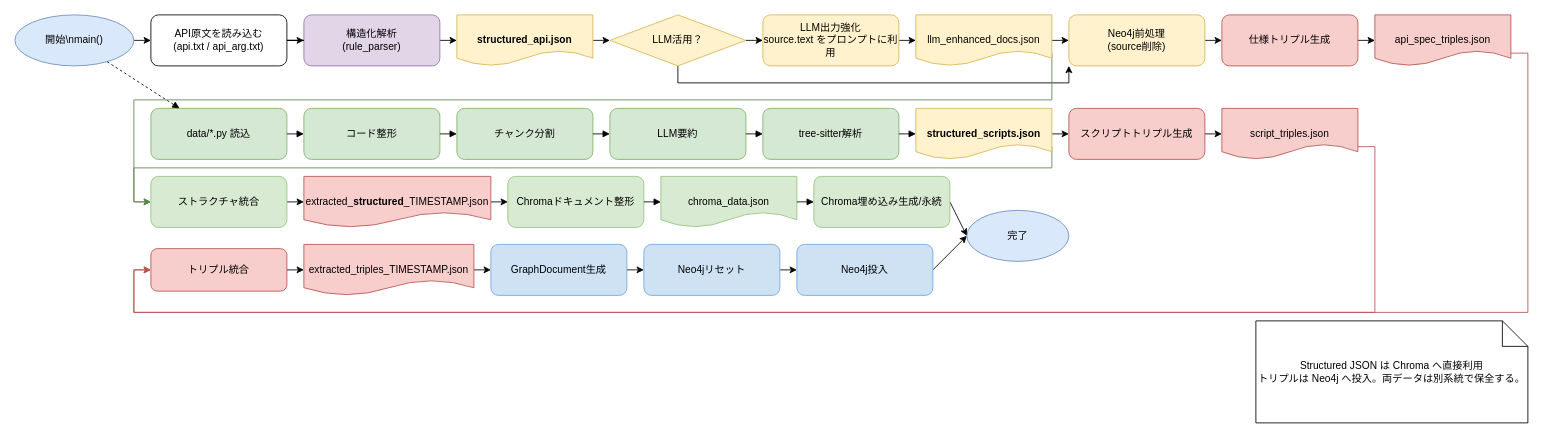
Above: page "ingest0926 改訂ワークフロー" (3 of 3) of doc/ingest0926_workflow.drawio in h035ide/imabari3dcad (draw.io), before the change. Source tidied: cells renumbered, new cells numbered last; positions are measured from the earlier drawing's top-left corner, leaving out a move shared by most shapes. Both pictures are drawn from the tidied source at 85%, with x=0, y=0 at pixel (14, 14).
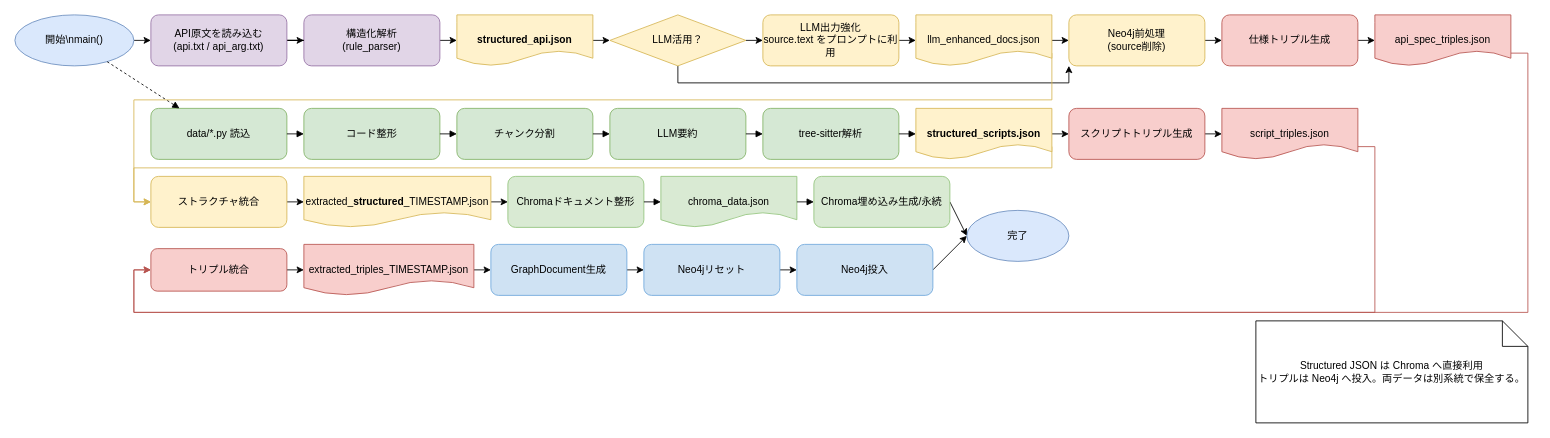
The same diagram, later.

Commit message (it also covers changes not shown here):
API仕様の更新とワークフローの視覚化を改善しました。具体的には、`CreateVariable`メソッドの引数を明示化し、ダイアグラム内のノードやエッジのスタイルを統一しました。これにより、APIの利用がより明確になり、全体のデータ処理フローが理解しやすくなりました。

Unchanged cells that the change refers to:
```xml
<mxCell id="17" value="structured_scripts.json" style="shape=document;whiteSpace=wrap;html=1;fillColor=#fff2cc;strokeColor=#d6b656;fontStyle=1;" parent="1" vertex="1">
  <mxGeometry x="1060" y="110" width="160" height="60" as="geometry" />
</mxCell>
<mxCell id="58" value="llm_enhanced_docs.json" style="shape=document;whiteSpace=wrap;html=1;fillColor=#fff2cc;strokeColor=#d6b656;" parent="1" vertex="1">
  <mxGeometry x="1060" width="160" height="60" as="geometry" />
</mxCell>
```

Change to the diagram source:
```diff
@@
-    <mxCell id="16" style="edgeStyle=orthogonalEdgeStyle;rounded=0;jettySize=auto;html=1;exitX=1;exitY=0.75;exitDx=0;exitDy=0;entryX=0;entryY=0.5;entryDx=0;entryDy=0;strokeColor=#5C834B;" parent="1" edge="1" source="17" target="62">
+    <mxCell id="16" style="edgeStyle=orthogonalEdgeStyle;rounded=0;jettySize=auto;html=1;exitX=1;exitY=0.75;exitDx=0;exitDy=0;entryX=0;entryY=0.5;entryDx=0;entryDy=0;strokeColor=#d6b656;fillColor=#fff2cc;" parent="1" edge="1" source="17" target="62">
       <mxGeometry relative="1" as="geometry">
         <Array as="points">
           <mxPoint x="1220" y="180" />
           <mxPoint x="140" y="180" />
           <mxPoint x="140" y="220" />
         </Array>
       </mxGeometry>
     </mxCell>
@@
-    <mxCell id="48" value="API原文を読み込む&lt;div&gt;(api.txt / api_arg.txt)&lt;/div&gt;" style="rounded=1;whiteSpace=wrap;html=1;fillColor=#ffffff;strokeColor=#000000;" parent="1" vertex="1">
+    <mxCell id="48" value="API原文を読み込む&lt;div&gt;(api.txt / api_arg.txt)&lt;/div&gt;" style="rounded=1;whiteSpace=wrap;html=1;fillColor=#e1d5e7;strokeColor=#9673a6;" parent="1" vertex="1">
       <mxGeometry x="160" width="160" height="60" as="geometry" />
     </mxCell>
@@
-    <mxCell id="57" style="edgeStyle=orthogonalEdgeStyle;rounded=0;jettySize=auto;html=1;exitX=1;exitY=0.75;exitDx=0;exitDy=0;entryX=0;entryY=0.5;entryDx=0;entryDy=0;strokeColor=#5C834B;" parent="1" edge="1" source="58" target="62">
+    <mxCell id="57" style="edgeStyle=orthogonalEdgeStyle;rounded=0;jettySize=auto;html=1;exitX=1;exitY=0.75;exitDx=0;exitDy=0;entryX=0;entryY=0.5;entryDx=0;entryDy=0;strokeColor=#d6b656;fillColor=#fff2cc;" parent="1" edge="1" source="58" target="62">
       <mxGeometry relative="1" as="geometry">
         <Array as="points">
           <mxPoint x="1220" y="100" />
           <mxPoint x="140" y="100" />
           <mxPoint x="140" y="220" />
         </Array>
       </mxGeometry>
     </mxCell>
@@
-    <mxCell id="62" value="ストラクチャ統合" style="rounded=1;whiteSpace=wrap;html=1;fillColor=#d9ead3;strokeColor=#93c47d;" parent="1" vertex="1">
+    <mxCell id="62" value="ストラクチャ統合" style="rounded=1;whiteSpace=wrap;html=1;fillColor=#fff2cc;strokeColor=#d6b656;" parent="1" vertex="1">
       <mxGeometry x="160" y="190" width="160" height="60" as="geometry" />
     </mxCell>
@@
-    <mxCell id="64" value="extracted_&lt;span style=&quot;font-weight: 700;&quot;&gt;structured&lt;/span&gt;_TIMESTAMP.json" style="shape=document;whiteSpace=wrap;html=1;fillColor=#f8cecc;strokeColor=#b85450;" parent="1" vertex="1">
+    <mxCell id="64" value="extracted_&lt;span style=&quot;font-weight: 700;&quot;&gt;structured&lt;/span&gt;_TIMESTAMP.json" style="shape=document;whiteSpace=wrap;html=1;fillColor=#fff2cc;strokeColor=#d6b656;" parent="1" vertex="1">
       <mxGeometry x="340" y="190" width="220" height="60" as="geometry" />
     </mxCell>
```
